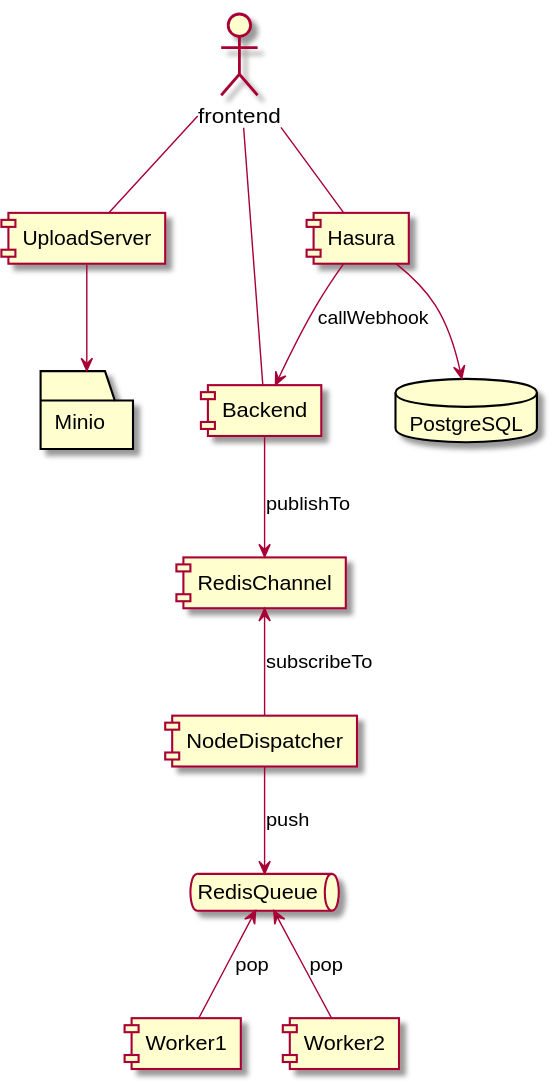
AgID/agid-forms-backend keeps this PlantUML diagram as docs/components.svg. Above is the earlier version. Source of this version:
```plantuml
@startuml
actor frontend
component Backend
component UploadServer
component Hasura
database PostgreSQL
folder Minio
queue RedisQueue
component Worker1
component Worker2
component RedisChannel
component NodeDispatcher

frontend -- Backend
frontend -- UploadServer
frontend -- Hasura
Hasura --> PostgreSQL
UploadServer --> Minio
Hasura --> Backend : callWebhook
Backend --> RedisChannel : publishTo
RedisChannel <-- NodeDispatcher : subscribeTo
NodeDispatcher --> RedisQueue : push
RedisQueue <-- Worker1 : pop
RedisQueue <-- Worker2 : pop
@enduml
```
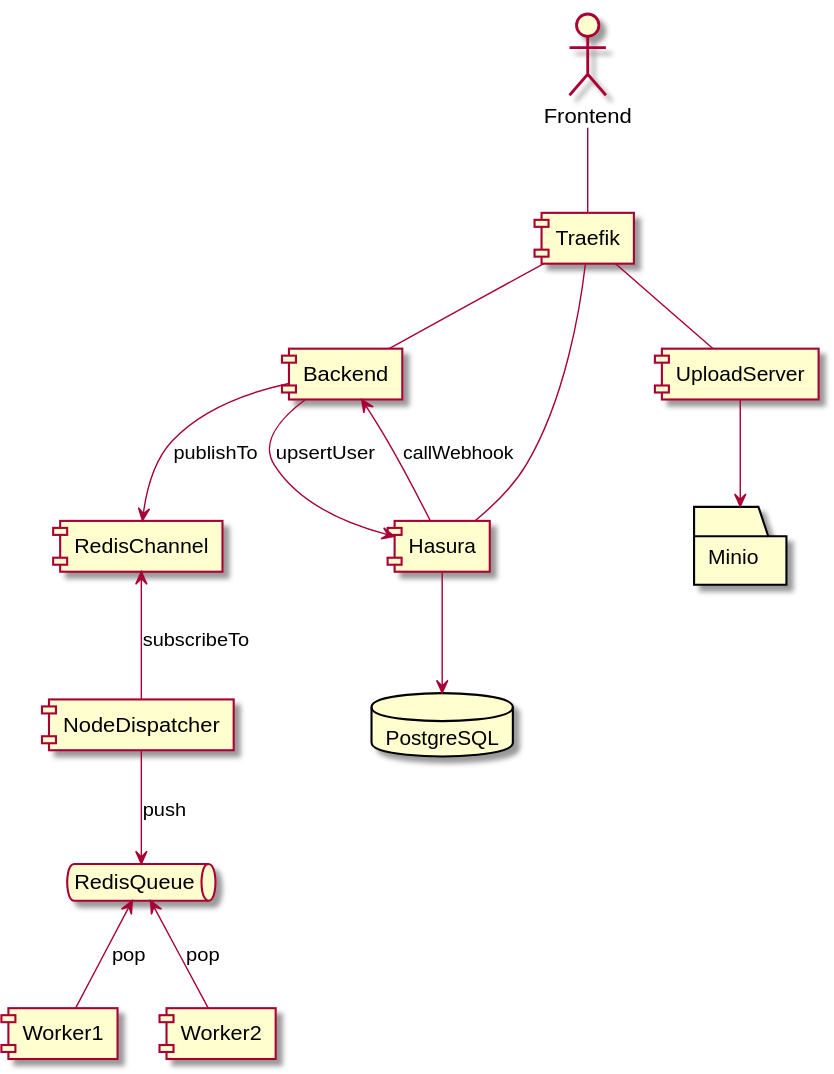
After the change.

What changed in the source:
```diff
@@ -1,6 +1,7 @@
 @startuml
-actor frontend
+actor Frontend
 component Backend
+component Traefik
 component UploadServer
 component Hasura
 database PostgreSQL
@@ -11,12 +12,14 @@
 component RedisChannel
 component NodeDispatcher
 
-frontend -- Backend
-frontend -- UploadServer
-frontend -- Hasura
+Frontend -- Traefik
+Traefik -- Backend
+Traefik -- UploadServer
+Traefik -- Hasura
 Hasura --> PostgreSQL
 UploadServer --> Minio
 Hasura --> Backend : callWebhook
+Backend --> Hasura : upsertUser
 Backend --> RedisChannel : publishTo
 RedisChannel <-- NodeDispatcher : subscribeTo
 NodeDispatcher --> RedisQueue : push
```
